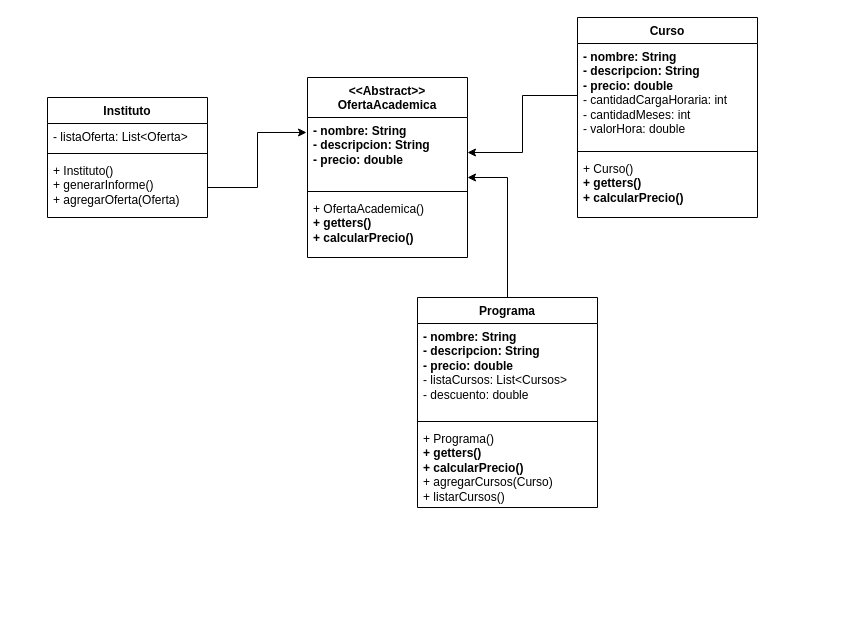
Earlier version of the draw.io diagram src/diagramas/demofinal.drawio (Digital-House-Repos/demofinal). Source tidied: cells renumbered, new cells numbered last; positions are measured from the earlier drawing's top-left corner, leaving out a move shared by most shapes. Both pictures are drawn from the tidied source at 100%, with x=0, y=0 at pixel (47, 17).
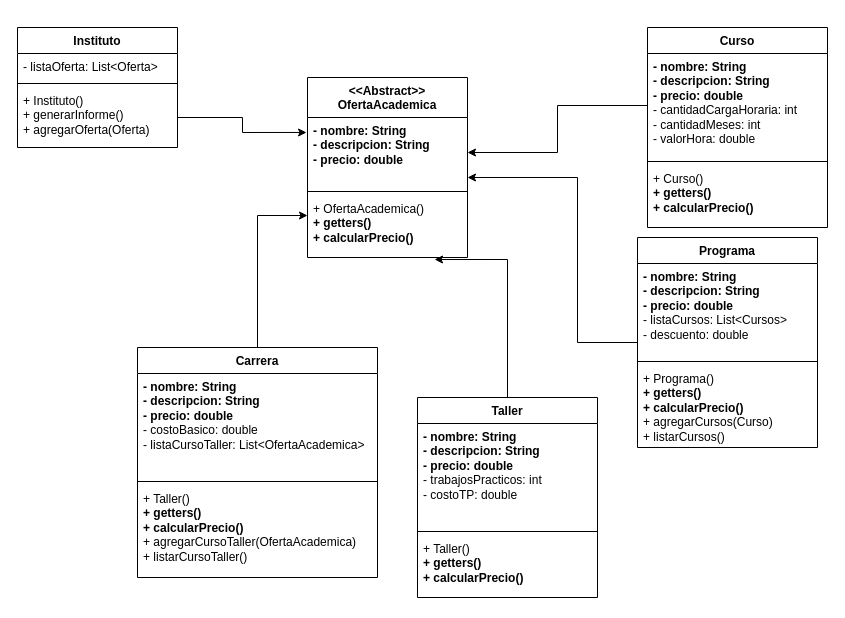
The same page after the edit.

The change refers to these unchanged cells:
```xml
<mxCell id="3" value="&lt;b&gt;- nombre: String&lt;br&gt;- descripcion: String&lt;br&gt;- precio: double&lt;/b&gt;" style="text;strokeColor=none;fillColor=none;align=left;verticalAlign=top;spacingLeft=4;spacingRight=4;overflow=hidden;points=[[0,0.5],[1,0.5]];portConstraint=eastwest;whiteSpace=wrap;html=1;" parent="2" vertex="1">
  <mxGeometry y="40" width="160" height="70" as="geometry" />
</mxCell>
<mxCell id="5" value="+ OfertaAcademica()&lt;br&gt;&lt;b&gt;+ getters()&lt;br&gt;+ calcularPrecio()&lt;/b&gt;" style="text;strokeColor=none;fillColor=none;align=left;verticalAlign=top;spacingLeft=4;spacingRight=4;overflow=hidden;points=[[0,0.5],[1,0.5]];portConstraint=eastwest;whiteSpace=wrap;html=1;" parent="2" vertex="1">
  <mxGeometry y="118" width="160" height="62" as="geometry" />
</mxCell>
```

What changed in the source:
```diff
@@
     <mxCell id="6" value="Curso" style="swimlane;fontStyle=1;align=center;verticalAlign=top;horizontal=1;startSize=26;whiteSpace=wrap;html=1;" parent="1" vertex="1">
-      <mxGeometry x="530" width="180" height="200" as="geometry" />
+      <mxGeometry x="600" y="10" width="180" height="200" as="geometry" />
     </mxCell>
@@
     <mxCell id="10" value="Instituto" style="swimlane;fontStyle=1;align=center;verticalAlign=top;horizontal=1;startSize=26;whiteSpace=wrap;html=1;" parent="1" vertex="1">
-      <mxGeometry y="80" width="160" height="120" as="geometry" />
+      <mxGeometry x="-30" y="10" width="160" height="120" as="geometry" />
     </mxCell>
@@
     <mxCell id="15" value="Programa" style="swimlane;fontStyle=1;align=center;verticalAlign=top;horizontal=1;startSize=26;whiteSpace=wrap;html=1;" parent="1" vertex="1">
-      <mxGeometry x="370" y="280" width="180" height="210" as="geometry" />
+      <mxGeometry x="590" y="220" width="180" height="210" as="geometry" />
     </mxCell>
@@
     <mxCell id="20" style="edgeStyle=orthogonalEdgeStyle;rounded=0;jettySize=auto;html=1;entryX=1;entryY=0.857;entryDx=0;entryDy=0;entryPerimeter=0;" parent="1" edge="1" source="15" target="3">
-      <mxGeometry relative="1" as="geometry" />
+      <mxGeometry relative="1" as="geometry">
+        <Array as="points">
+          <mxPoint x="530" y="325" />
+          <mxPoint x="530" y="160" />
+        </Array>
+      </mxGeometry>
     </mxCell>
+    <mxCell id="21" value="Taller" style="swimlane;fontStyle=1;align=center;verticalAlign=top;horizontal=1;startSize=26;whiteSpace=wrap;html=1;" parent="1" vertex="1">
+      <mxGeometry x="370" y="380" width="180" height="200" as="geometry" />
+    </mxCell>
+    <mxCell id="22" value="&lt;span style=&quot;border-color: var(--border-color);&quot;&gt;&lt;b&gt;- nombre: String&lt;/b&gt;&lt;br style=&quot;border-color: var(--border-color);&quot;&gt;&lt;b&gt;- descripcion: String&lt;/b&gt;&lt;br style=&quot;border-color: var(--border-color);&quot;&gt;&lt;b&gt;- precio: double&lt;/b&gt;&lt;br&gt;- trabajosPracticos: int&lt;br&gt;- costoTP: double&lt;br&gt;&lt;/span&gt;" style="text;strokeColor=none;fillColor=none;align=left;verticalAlign=top;spacingLeft=4;spacingRight=4;overflow=hidden;whiteSpace=wrap;html=1;" parent="21" vertex="1">
+      <mxGeometry y="26" width="180" height="104" as="geometry" />
+    </mxCell>
+    <mxCell id="23" style="line;strokeWidth=1;fillColor=none;align=left;verticalAlign=middle;spacingTop=-1;spacingLeft=3;spacingRight=3;labelPosition=right;strokeColor=inherit;" parent="21" vertex="1">
+      <mxGeometry y="130" width="180" height="8" as="geometry" />
+    </mxCell>
+    <mxCell id="24" value="+ Taller()&lt;br style=&quot;border-color: var(--border-color);&quot;&gt;&lt;b style=&quot;border-color: var(--border-color);&quot;&gt;+ getters()&lt;br style=&quot;border-color: var(--border-color);&quot;&gt;+ calcularPrecio()&lt;/b&gt;" style="text;strokeColor=none;fillColor=none;align=left;verticalAlign=top;spacingLeft=4;spacingRight=4;overflow=hidden;whiteSpace=wrap;html=1;" parent="21" vertex="1">
+      <mxGeometry y="138" width="180" height="62" as="geometry" />
+    </mxCell>
+    <mxCell id="25" style="edgeStyle=orthogonalEdgeStyle;rounded=0;jettySize=auto;html=1;exitX=0.5;exitY=0;exitDx=0;exitDy=0;entryX=0.794;entryY=1.032;entryDx=0;entryDy=0;entryPerimeter=0;" parent="1" edge="1" source="21" target="5">
+      <mxGeometry relative="1" as="geometry" />
+    </mxCell>
+    <mxCell id="26" value="Carrera" style="swimlane;fontStyle=1;align=center;verticalAlign=top;horizontal=1;startSize=26;whiteSpace=wrap;html=1;" parent="1" vertex="1">
+      <mxGeometry x="90" y="330" width="240" height="230" as="geometry" />
+    </mxCell>
+    <mxCell id="27" value="&lt;span style=&quot;border-color: var(--border-color);&quot;&gt;&lt;b&gt;- nombre: String&lt;/b&gt;&lt;br style=&quot;border-color: var(--border-color);&quot;&gt;&lt;b&gt;- descripcion: String&lt;/b&gt;&lt;br style=&quot;border-color: var(--border-color);&quot;&gt;&lt;b&gt;- precio: double&lt;/b&gt;&lt;br&gt;- costoBasico: double&lt;br&gt;- listaCursoTaller: List&amp;lt;OfertaAcademica&amp;gt;&lt;br&gt;&lt;/span&gt;" style="text;strokeColor=none;fillColor=none;align=left;verticalAlign=top;spacingLeft=4;spacingRight=4;overflow=hidden;whiteSpace=wrap;html=1;" parent="26" vertex="1">
+      <mxGeometry y="26" width="240" height="104" as="geometry" />
+    </mxCell>
+    <mxCell id="28" style="line;strokeWidth=1;fillColor=none;align=left;verticalAlign=middle;spacingTop=-1;spacingLeft=3;spacingRight=3;labelPosition=right;strokeColor=inherit;" parent="26" vertex="1">
+      <mxGeometry y="130" width="240" height="8" as="geometry" />
+    </mxCell>
+    <mxCell id="29" value="+ Taller()&lt;br style=&quot;border-color: var(--border-color);&quot;&gt;&lt;span style=&quot;border-color: var(--border-color);&quot;&gt;&lt;b&gt;+ getters()&lt;/b&gt;&lt;br style=&quot;border-color: var(--border-color);&quot;&gt;&lt;b&gt;+ calcularPrecio()&lt;/b&gt;&lt;br&gt;+ agregarCursoTaller(OfertaAcademica)&lt;br&gt;+ listarCursoTaller()&lt;br&gt;&lt;/span&gt;" style="text;strokeColor=none;fillColor=none;align=left;verticalAlign=top;spacingLeft=4;spacingRight=4;overflow=hidden;whiteSpace=wrap;html=1;" parent="26" vertex="1">
+      <mxGeometry y="138" width="240" height="92" as="geometry" />
+    </mxCell>
+    <mxCell id="30" style="edgeStyle=orthogonalEdgeStyle;rounded=0;jettySize=auto;html=1;exitX=0.5;exitY=0;exitDx=0;exitDy=0;entryX=0;entryY=0.323;entryDx=0;entryDy=0;entryPerimeter=0;" parent="1" edge="1" source="26" target="5">
+      <mxGeometry relative="1" as="geometry" />
+    </mxCell>
```
